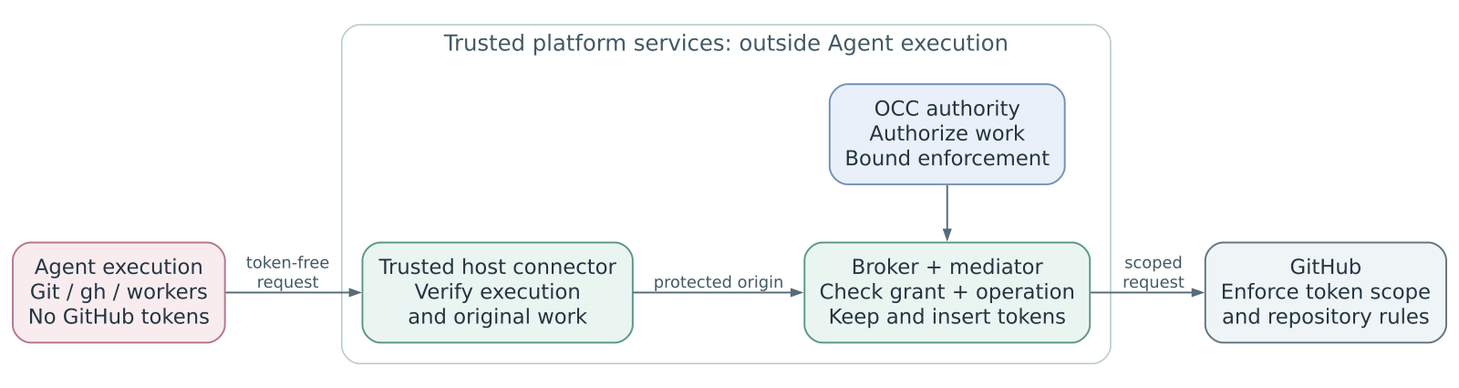
The Graphviz diagram rfcs/0034/credential-flow.png in openclaw/rfcs, before a commit. Its source is kept beside it as rfcs/0034/credential-flow.dot.
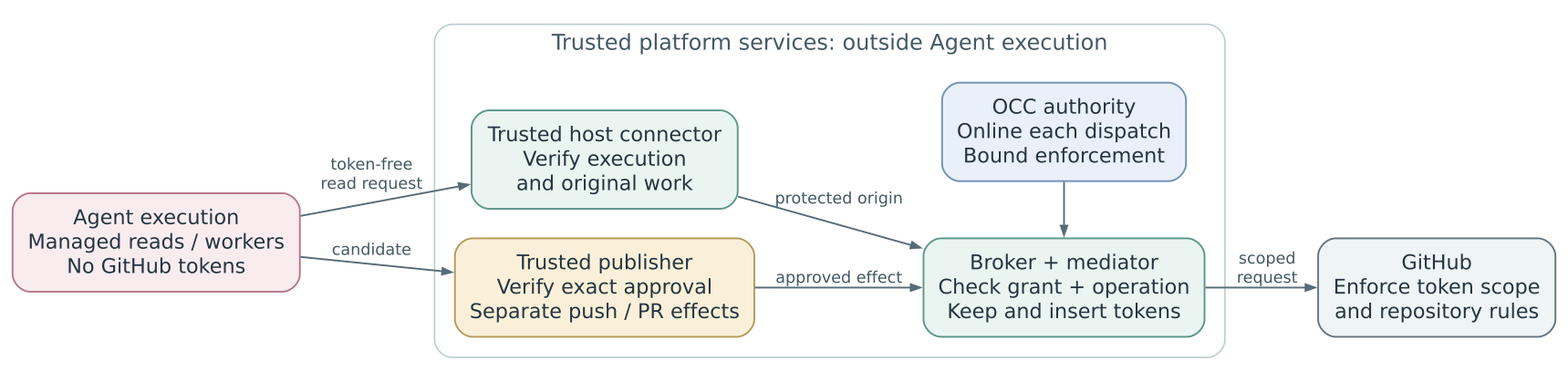
Later version of the same file.

Commit message:
docs: align credential RFC with managed publication

What changed in the source:
```diff
@@ -31,7 +31,7 @@
     penwidth=1.2
   ];
 
-  agent [label="Agent execution\nGit / gh / workers\nNo GitHub tokens", fillcolor="#F8ECEF", color="#B87687"];
+  agent [label="Agent execution\nManaged reads / workers\nNo GitHub tokens", fillcolor="#F8ECEF", color="#B87687"];
   github [label="GitHub\nEnforce token scope\nand repository rules"];
 
   subgraph cluster_trusted {
@@ -44,13 +44,16 @@
 
     origin [label="Trusted host connector\nVerify execution\nand original work", fillcolor="#EAF5F2", color="#5B978A"];
     mediator [label="Broker + mediator\nCheck grant + operation\nKeep and insert tokens", fillcolor="#EAF5F2", color="#5B978A"];
-    authority [label="OCC authority\nAuthorize work\nBound enforcement", fillcolor="#EAF0F9", color="#7192B8"];
+    authority [label="OCC authority\nOnline each dispatch\nBound enforcement", fillcolor="#EAF0F9", color="#7192B8"];
 
+    publisher [label="Trusted publisher\nVerify exact approval\nSeparate push / PR effects", fillcolor="#FAF0D9", color="#B49A59"];
+    publisher -> mediator [label="approved effect"];
     { rank=same; authority; mediator; }
     authority -> mediator [constraint=false];
     origin -> mediator [label="protected origin"];
   }
 
-  agent -> origin [label="token-free\nrequest"];
+  agent -> origin [label="token-free\nread request"];
+  agent -> publisher [label="candidate"];
   mediator -> github [label="scoped\nrequest"];
 }
```
